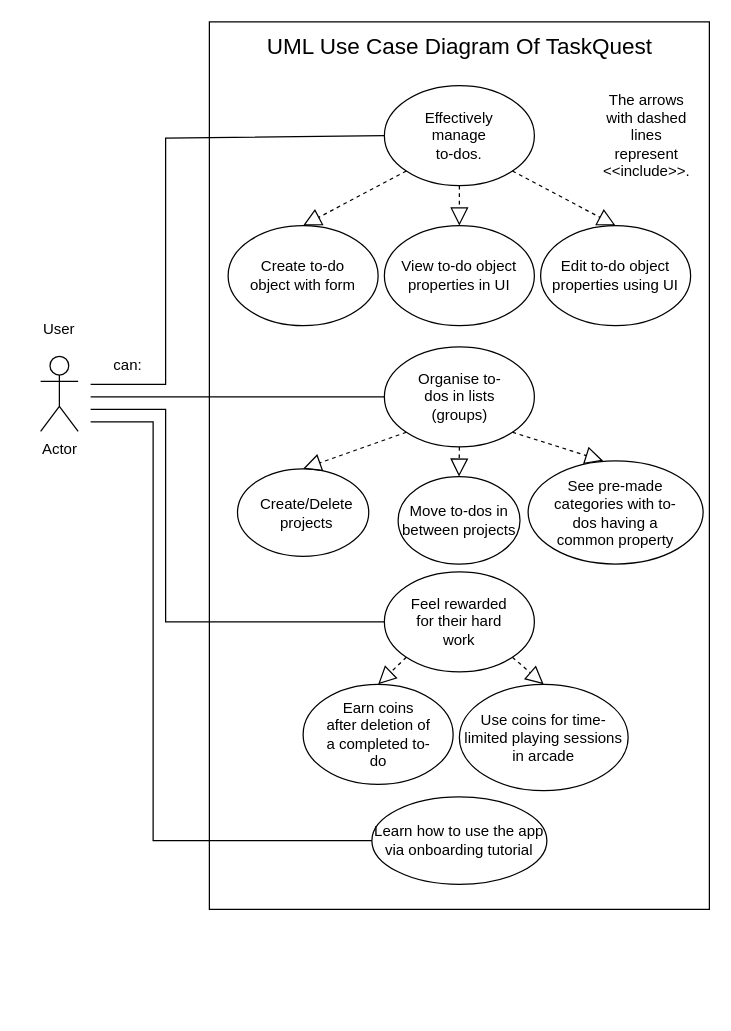
This is TaskQuest-Cloud-UML-Use-Case-Diagram.drawio from Ariel-Mutebi/Denarius, a draw.io file, before an edit. Source tidied: cells renumbered, new cells numbered last; positions are measured from the earlier drawing's top-left corner, leaving out a move shared by most shapes. Both pictures are drawn from the tidied source at 125%, with x=0, y=0 at pixel (21, 21).
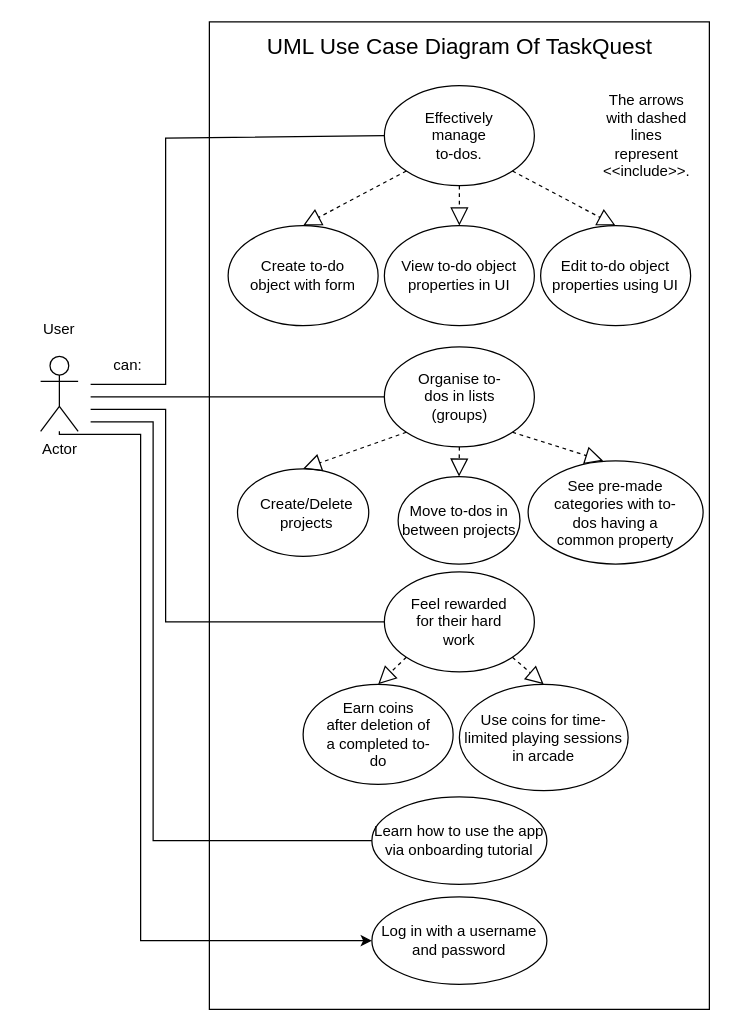
Above is the later version.

Commit message:
new use-case in UCD

The change refers to these unchanged cells:
```xml
<mxCell id="6" value="Actor" style="shape=umlActor;verticalLabelPosition=bottom;verticalAlign=top;html=1;outlineConnect=0;" parent="1" vertex="1">
  <mxGeometry x="15" y="267.5" width="30" height="60" as="geometry" />
</mxCell>
```

Diff of the diagram source:
```diff
@@
     <mxCell id="2" style="rounded=0;whiteSpace=wrap;html=1;" parent="1" vertex="1">
-      <mxGeometry x="150" width="400" height="710" as="geometry" />
+      <mxGeometry x="150" width="400" height="790" as="geometry" />
     </mxCell>
@@
+    <mxCell id="41" style="edgeStyle=orthogonalEdgeStyle;rounded=0;jettySize=auto;html=1;entryX=0;entryY=0.5;entryDx=0;entryDy=0;" parent="1" edge="1" source="6" target="42">
+      <mxGeometry relative="1" as="geometry">
+        <Array as="points">
+          <mxPoint x="30" y="330" />
+          <mxPoint x="95" y="330" />
+          <mxPoint x="95" y="735" />
+        </Array>
+      </mxGeometry>
+    </mxCell>
@@
+    <mxCell id="42" value="Log in with a username and password" style="ellipse;whiteSpace=wrap;html=1;" parent="1" vertex="1">
+      <mxGeometry x="280" y="700" width="140" height="70" as="geometry" />
+    </mxCell>
```
